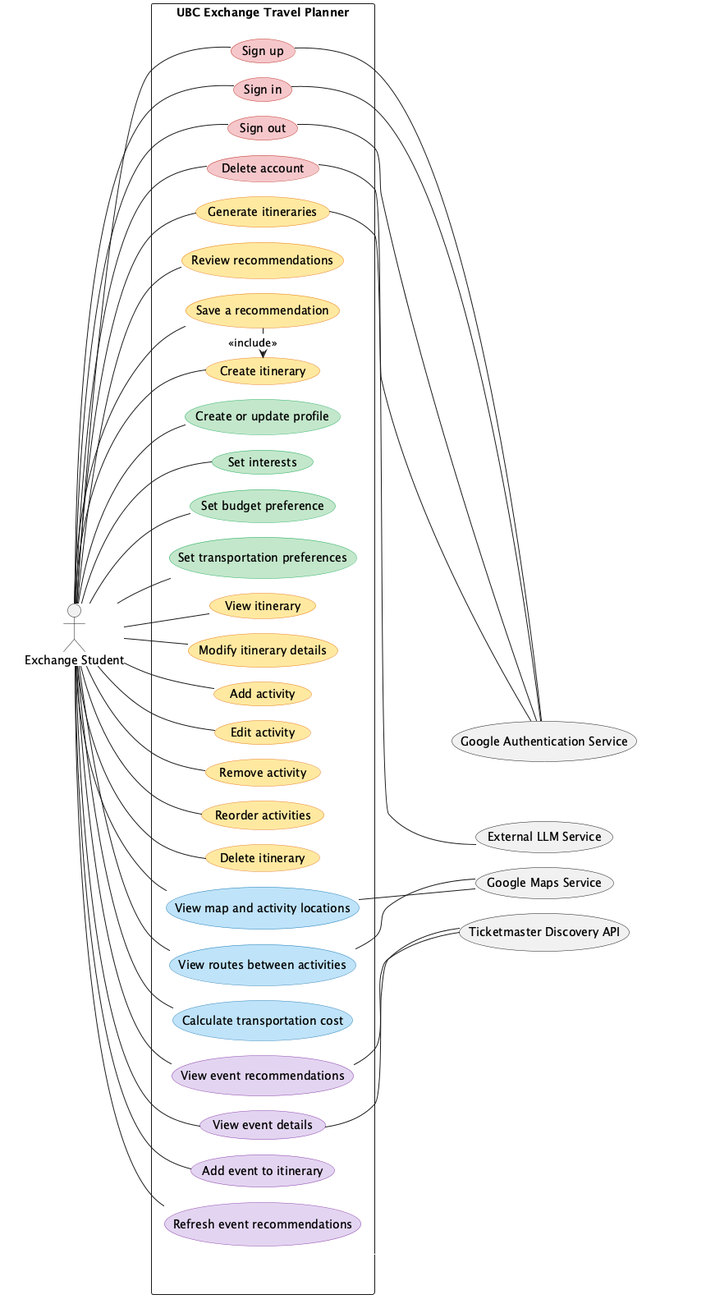
UBC-CPEN-V-321/W2026 keeps this PlantUML diagram as documentation/images/Usecase_diagram_recreated.png. Above is the earlier version. The source it was exported from:
```plantuml
@startuml
!pragma layout smetana
left to right direction
skinparam packageStyle rectangle
skinparam ranksep 150
skinparam nodesep 20
hide stereotype

skinparam rectangle {
  BorderColor<<invis>> Transparent
  BackgroundColor<<invis>> Transparent
  ShadowColor<<invis>> Transparent
  FontColor<<invis>> Transparent
}

skinparam usecase {
  BackgroundColor<<auth>> #F5C6CB
  BorderColor<<auth>> #C0392B
  BackgroundColor<<profile>> #C3E6CB
  BorderColor<<profile>> #27AE60
  BackgroundColor<<itinerary>> #FFE8A1
  BorderColor<<itinerary>> #E67E22
  BackgroundColor<<maps>> #BEE3F8
  BorderColor<<maps>> #2980B9
  BackgroundColor<<event>> #E2D4F0
  BorderColor<<event>> #8E44AD
}

rectangle " " as ActorsBox <<invis>> {
  actor "Exchange Student" as Traveller
}

rectangle "UBC Exchange Travel Planner" as SystemBox {
  usecase "Sign up" as UC1 <<auth>>
  usecase "Sign in" as UC2 <<auth>>
  usecase "Sign out" as UC3 <<auth>>
  usecase "Delete account" as UC4 <<auth>>

  usecase "Generate itineraries" as UC14 <<itinerary>>
  usecase "Review recommendations" as UC19 <<itinerary>>
  usecase "Save a recommendation" as UC20 <<itinerary>>
  usecase "Create itinerary" as UC9 <<itinerary>>

  usecase "Create or update profile" as UC5 <<profile>>
  usecase "Set interests" as UC6 <<profile>>
  usecase "Set budget preference" as UC7 <<profile>>
  usecase "Set transportation preferences" as UC8 <<profile>>

  usecase "View itinerary" as UC10 <<itinerary>>
  usecase "Modify itinerary details" as UC21 <<itinerary>>
  usecase "Add activity" as UC11 <<itinerary>>
  usecase "Edit activity" as UC12 <<itinerary>>
  usecase "Remove activity" as UC13 <<itinerary>>
  usecase "Reorder activities" as UC22 <<itinerary>>
  usecase "Delete itinerary" as UC23 <<itinerary>>

  usecase "View map and activity locations" as UC15 <<maps>>
  usecase "View routes between activities" as UC16 <<maps>>
  usecase "Calculate transportation cost" as UC17 <<maps>>

  usecase "View event recommendations" as UC18 <<event>>
  usecase "View event details" as UC24 <<event>>
  usecase "Add event to itinerary" as UC25 <<event>>
  usecase "Refresh event recommendations" as UC26 <<event>>
}

rectangle " " as ExternalBox <<invis>> {
  rectangle "External services horizontal spacing placeholder" as ExternalPad <<invis>>
  usecase "Google Authentication Service" as ExtAuth
  usecase "External LLM Service" as AIService
  usecase "Google Maps Service" as GoogleMaps
  usecase "Ticketmaster Discovery API" as EventService

  ExternalPad -[#FFFFFF]right-> ExtAuth
}

Traveller -- UC1
Traveller -- UC2
Traveller -- UC3
Traveller -- UC4
Traveller -- UC5
Traveller -- UC6
Traveller -- UC7
Traveller -- UC8
Traveller -- UC9
Traveller -- UC10
Traveller -- UC19
Traveller -- UC20
Traveller -- UC21
Traveller -- UC11
Traveller -- UC12
Traveller -- UC13
Traveller -- UC22
Traveller -- UC23
Traveller -- UC15
Traveller -- UC16
Traveller -- UC17
Traveller -- UC18
Traveller -- UC24
Traveller -- UC25
Traveller -- UC26

Traveller -- UC14
UC9 <.left. UC20 : <<include>>
SystemBox -[#FFFFFF]right-> ExternalBox

UC1 -[norank]- ExtAuth
UC2 -[norank]- ExtAuth
UC3 -[norank]- ExtAuth
UC4 -[norank]- ExtAuth
UC14 -[norank]- AIService
UC15 -[norank]- GoogleMaps
UC16 -[norank]- GoogleMaps
UC18 -[norank]- EventService
UC24 -[norank]- EventService
@enduml
```
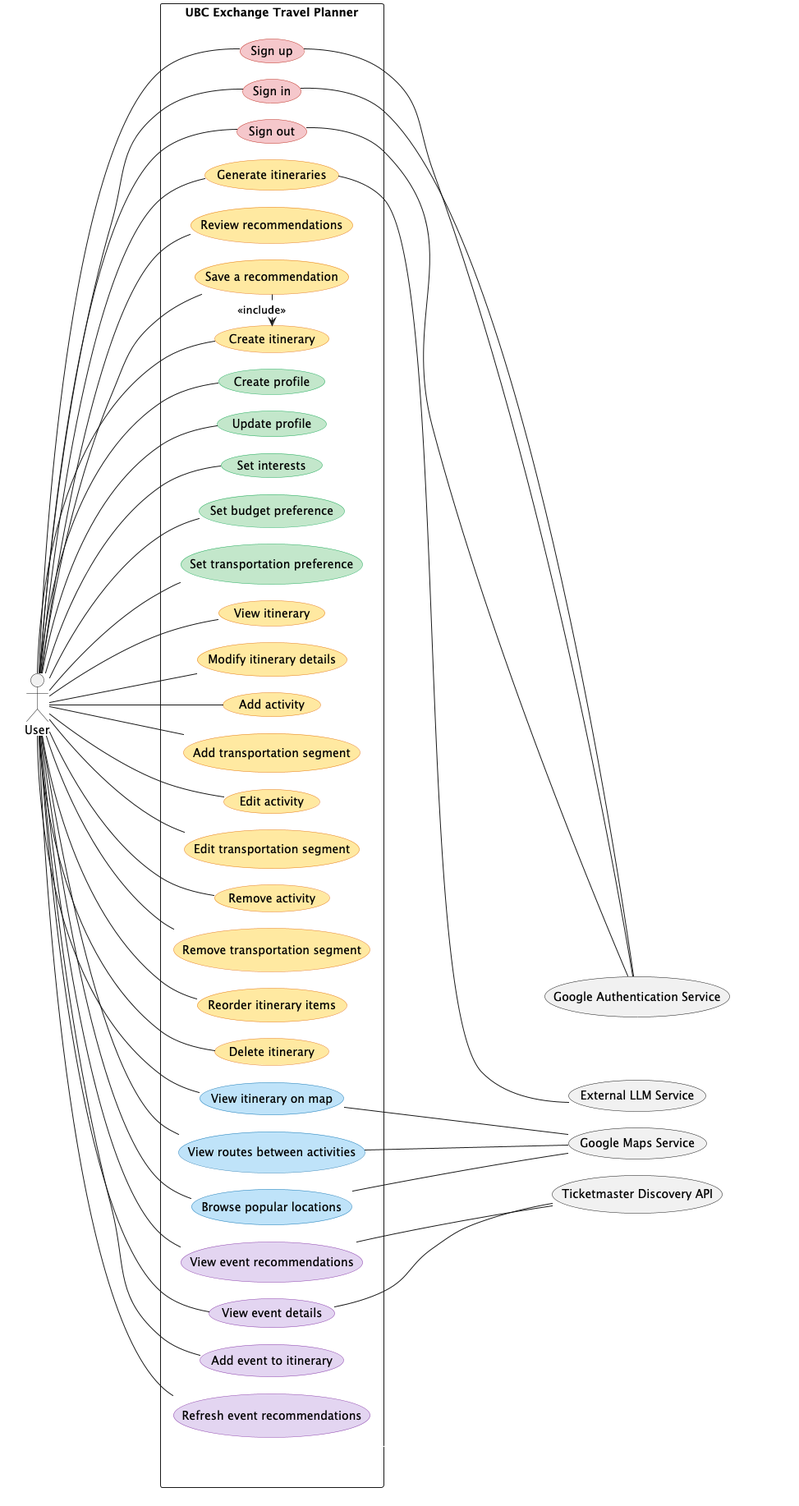
Later version of the same file.

The edit, as a diff of the source:
```diff
@@ -27,36 +27,39 @@
 }
 
 rectangle " " as ActorsBox <<invis>> {
-  actor "Exchange Student" as Traveller
+  actor "User" as Traveller
 }
 
 rectangle "UBC Exchange Travel Planner" as SystemBox {
   usecase "Sign up" as UC1 <<auth>>
   usecase "Sign in" as UC2 <<auth>>
   usecase "Sign out" as UC3 <<auth>>
-  usecase "Delete account" as UC4 <<auth>>
 
   usecase "Generate itineraries" as UC14 <<itinerary>>
   usecase "Review recommendations" as UC19 <<itinerary>>
   usecase "Save a recommendation" as UC20 <<itinerary>>
   usecase "Create itinerary" as UC9 <<itinerary>>
 
-  usecase "Create or update profile" as UC5 <<profile>>
+  usecase "Create profile" as UC5 <<profile>>
+  usecase "Update profile" as UC27 <<profile>>
   usecase "Set interests" as UC6 <<profile>>
   usecase "Set budget preference" as UC7 <<profile>>
-  usecase "Set transportation preferences" as UC8 <<profile>>
+  usecase "Set transportation preference" as UC8 <<profile>>
 
   usecase "View itinerary" as UC10 <<itinerary>>
   usecase "Modify itinerary details" as UC21 <<itinerary>>
   usecase "Add activity" as UC11 <<itinerary>>
+  usecase "Add transportation segment" as UC29 <<itinerary>>
   usecase "Edit activity" as UC12 <<itinerary>>
+  usecase "Edit transportation segment" as UC30 <<itinerary>>
   usecase "Remove activity" as UC13 <<itinerary>>
-  usecase "Reorder activities" as UC22 <<itinerary>>
+  usecase "Remove transportation segment" as UC31 <<itinerary>>
+  usecase "Reorder itinerary items" as UC22 <<itinerary>>
   usecase "Delete itinerary" as UC23 <<itinerary>>
 
-  usecase "View map and activity locations" as UC15 <<maps>>
+  usecase "View itinerary on map" as UC15 <<maps>>
   usecase "View routes between activities" as UC16 <<maps>>
-  usecase "Calculate transportation cost" as UC17 <<maps>>
+  usecase "Browse popular locations" as UC28 <<maps>>
 
   usecase "View event recommendations" as UC18 <<event>>
   usecase "View event details" as UC24 <<event>>
@@ -77,8 +80,8 @@
 Traveller -- UC1
 Traveller -- UC2
 Traveller -- UC3
-Traveller -- UC4
 Traveller -- UC5
+Traveller -- UC27
 Traveller -- UC6
 Traveller -- UC7
 Traveller -- UC8
@@ -88,13 +91,16 @@
 Traveller -- UC20
 Traveller -- UC21
 Traveller -- UC11
+Traveller -- UC29
 Traveller -- UC12
+Traveller -- UC30
 Traveller -- UC13
+Traveller -- UC31
 Traveller -- UC22
 Traveller -- UC23
 Traveller -- UC15
 Traveller -- UC16
-Traveller -- UC17
+Traveller -- UC28
 Traveller -- UC18
 Traveller -- UC24
 Traveller -- UC25
@@ -107,10 +113,10 @@
 UC1 -[norank]- ExtAuth
 UC2 -[norank]- ExtAuth
 UC3 -[norank]- ExtAuth
-UC4 -[norank]- ExtAuth
 UC14 -[norank]- AIService
 UC15 -[norank]- GoogleMaps
 UC16 -[norank]- GoogleMaps
+UC28 -[norank]- GoogleMaps
 UC18 -[norank]- EventService
 UC24 -[norank]- EventService
 @enduml
```
